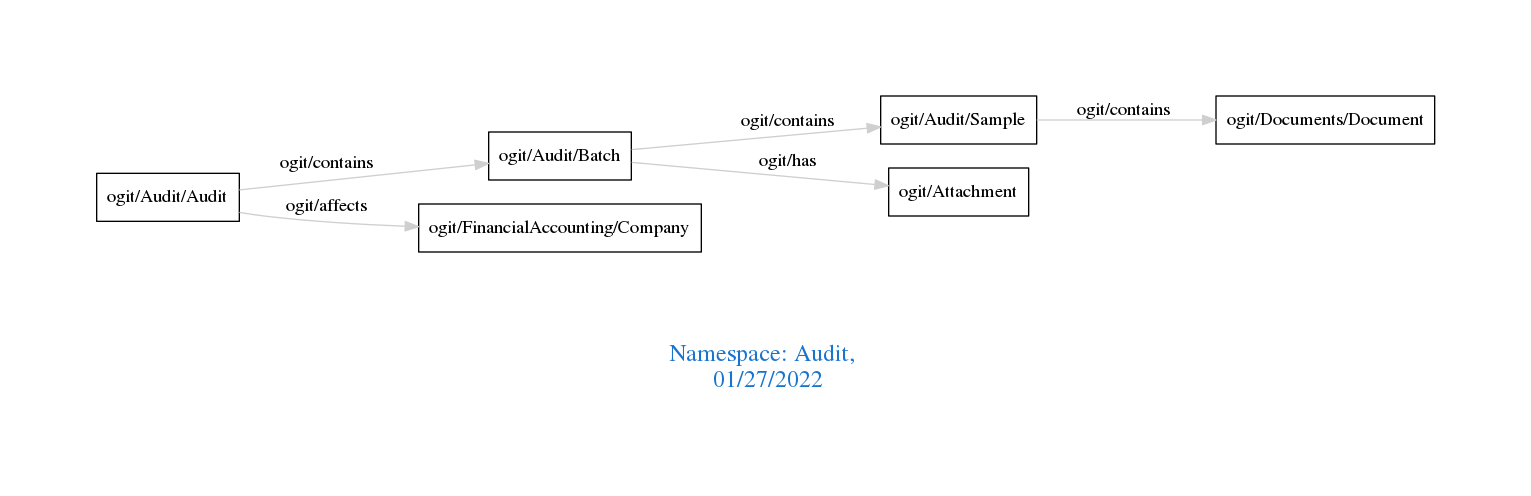
Before: downloads/Audit.png, a diagram exported from Graphviz (arago/OGIT). Its source is kept beside it as downloads/Audit.dot.
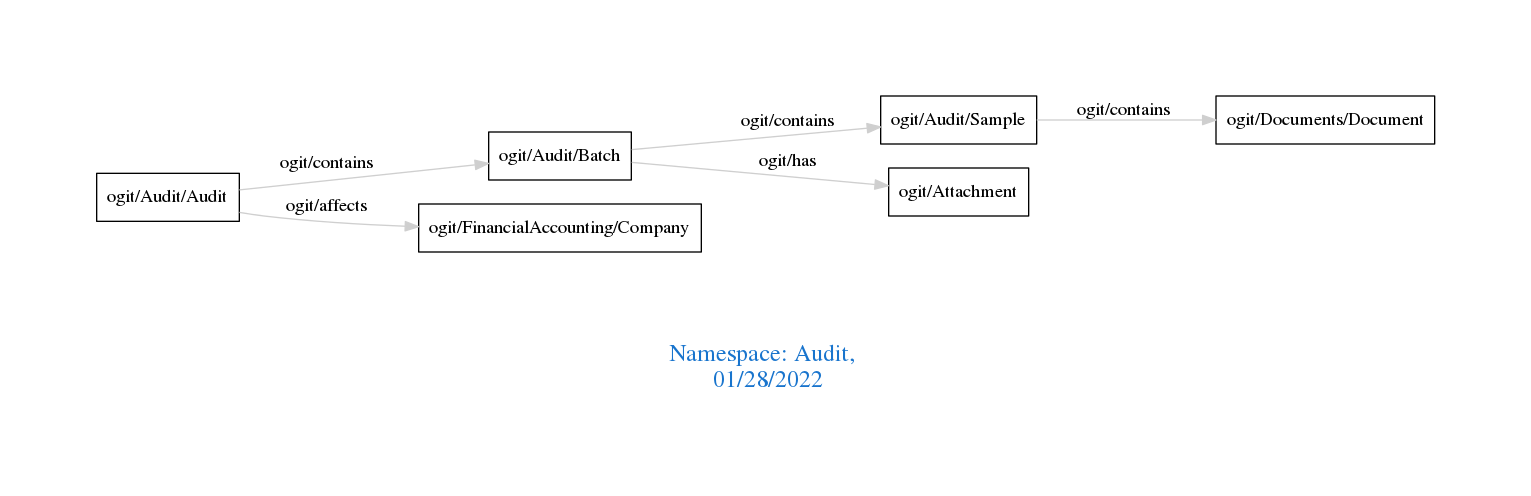
The same file after the commit.

The edit, as a diff of the source:
```diff
@@ -1,13 +1,13 @@
 digraph OGIT_ontology {
  graph [ rankdir= LR,pad=1
 fontsize = 18,
-fontcolor= dodgerblue3,label = "\n\n\nNamespace: Audit, \n 01/27/2022"];
+fontcolor= dodgerblue3,label = "\n\n\nNamespace: Audit, \n 01/28/2022"];
 node[shape=polygon];
 edge [  color="gray81"];
 
    "ogit/Audit/Audit" -> "ogit/Audit/Batch" [label="   ogit/contains    "];
+   "ogit/Audit/Batch" -> "ogit/Audit/Sample" [label="   ogit/contains    "];
    "ogit/Audit/Sample" -> "ogit/Documents/Document" [label="   ogit/contains    "];
-   "ogit/Audit/Batch" -> "ogit/Audit/Sample" [label="   ogit/contains    "];
    "ogit/Audit/Audit" -> "ogit/FinancialAccounting/Company" [label="   ogit/affects    "];
    "ogit/Audit/Batch" -> "ogit/Attachment" [label="   ogit/has    "];
 }
```
